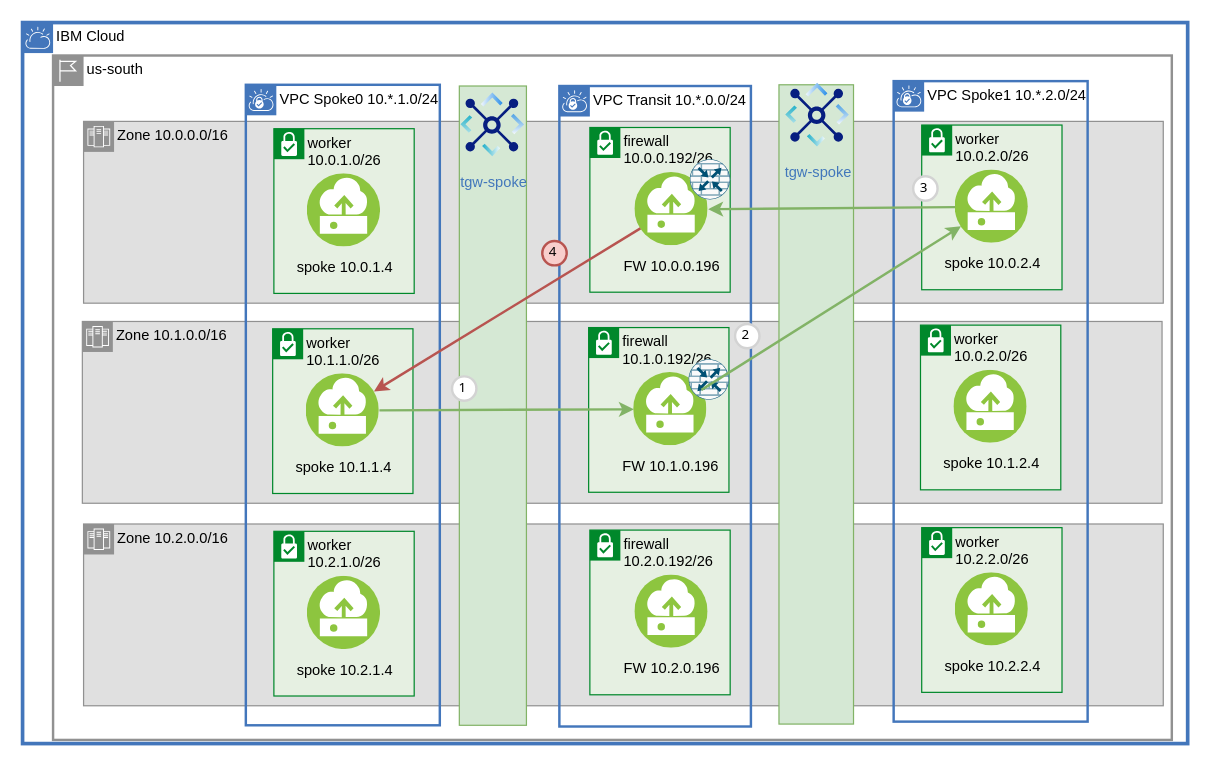
The draw.io diagram page "asymmetric-spoke-fw" (6 of 12) of diagrams/vpc-transit.drawio in ibm-cloud-docs/solution-tutorials, before the edit. Source tidied: cells renumbered, new cells numbered last; positions are measured from the earlier drawing's top-left corner, leaving out a move shared by most shapes. Both pictures are drawn from the tidied source at 122%, with x=0, y=0 at pixel (22, 22).
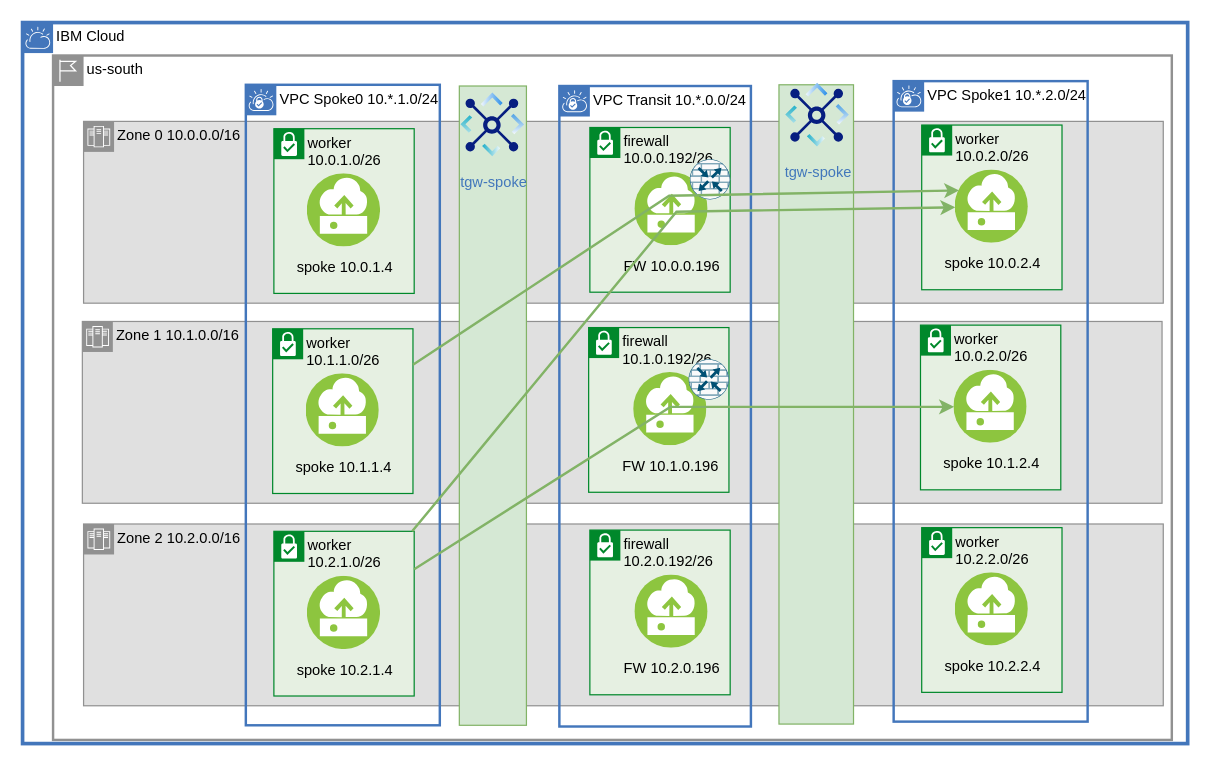
Above is the later version.

The change refers to these unchanged cells:
```xml
<mxCell id="15" value="spoke 10.0.2.4" style="perimeter=ellipsePerimeter;html=1;align=center;shadow=0;dashed=0;fontColor=black;fontSize=12;spacingTop=3;image;image=img/lib/ibm/vpc/Instance.svg;overflow=visible;noLabel=0;labelBackgroundColor=none;" parent="1" vertex="1">
  <mxGeometry x="764.5" y="121" width="60" height="60" as="geometry" />
</mxCell>
<mxCell id="16" value="FW 10.0.0.196" style="perimeter=ellipsePerimeter;html=1;align=center;shadow=0;dashed=0;fontColor=black;fontSize=12;spacingTop=3;image;image=img/lib/ibm/vpc/Instance.svg;overflow=visible;noLabel=0;labelBackgroundColor=none;" parent="1" vertex="1">
  <mxGeometry x="502" y="123" width="60" height="60" as="geometry" />
</mxCell>
<mxCell id="25" value="spoke 10.1.2.4" style="perimeter=ellipsePerimeter;html=1;align=center;shadow=0;dashed=0;fontColor=black;fontSize=12;spacingTop=3;image;image=img/lib/ibm/vpc/Instance.svg;overflow=visible;noLabel=0;labelBackgroundColor=none;" parent="1" vertex="1">
  <mxGeometry x="763.5" y="285" width="60" height="60" as="geometry" />
</mxCell>
<mxCell id="26" value="FW 10.1.0.196" style="perimeter=ellipsePerimeter;html=1;align=center;shadow=0;dashed=0;fontColor=black;fontSize=12;spacingTop=3;image;image=img/lib/ibm/vpc/Instance.svg;overflow=visible;noLabel=0;labelBackgroundColor=none;" parent="1" vertex="1">
  <mxGeometry x="501" y="287" width="60" height="60" as="geometry" />
</mxCell>
<mxCell id="28" value="worker 10.2.1.0/26" style="shape=mxgraph.ibm.box;prType=subnet;fontStyle=0;verticalAlign=top;align=left;spacingLeft=32;spacingTop=4;fillColor=#E6F0E2;rounded=0;whiteSpace=wrap;html=1;strokeColor=#00882B;strokeWidth=1;dashed=0;spacing=-4;" parent="1" vertex="1">
  <mxGeometry x="206" y="417" width="115" height="135" as="geometry" />
</mxCell>
<mxCell id="30" value="worker 10.1.1.0/26" style="shape=mxgraph.ibm.box;prType=subnet;fontStyle=0;verticalAlign=top;align=left;spacingLeft=32;spacingTop=4;fillColor=#E6F0E2;rounded=0;whiteSpace=wrap;html=1;strokeColor=#00882B;strokeWidth=1;dashed=0;spacing=-4;" parent="1" vertex="1">
  <mxGeometry x="205" y="251" width="115" height="135" as="geometry" />
</mxCell>
<mxCell id="31" value="spoke 10.1.1.4" style="perimeter=ellipsePerimeter;html=1;align=center;shadow=0;dashed=0;fontColor=black;fontSize=12;spacingTop=3;image;image=img/lib/ibm/vpc/Instance.svg;overflow=visible;noLabel=0;labelBackgroundColor=none;" parent="1" vertex="1">
  <mxGeometry x="232.5" y="288" width="60" height="60" as="geometry" />
</mxCell>
```

The edit, as a diff of the source:
```diff
@@
-    <mxCell id="4" value="Zone 10.0.0.0/16" style="shape=mxgraph.ibm.box;prType=zone;fontStyle=0;verticalAlign=top;align=left;spacingLeft=32;spacingTop=4;fillColor=#E0E0E0;rounded=0;whiteSpace=wrap;html=1;strokeColor=#919191;strokeWidth=1;dashed=0;spacing=-4;" parent="1" vertex="1">
+    <mxCell id="4" value="Zone 0 10.0.0.0/16&lt;br&gt;" style="shape=mxgraph.ibm.box;prType=zone;fontStyle=0;verticalAlign=top;align=left;spacingLeft=32;spacingTop=4;fillColor=#E0E0E0;rounded=0;whiteSpace=wrap;html=1;strokeColor=#919191;strokeWidth=1;dashed=0;spacing=-4;" parent="1" vertex="1">
       <mxGeometry x="50" y="81" width="885" height="149" as="geometry" />
     </mxCell>
-    <mxCell id="5" value="Zone 10.1.0.0/16" style="shape=mxgraph.ibm.box;prType=zone;fontStyle=0;verticalAlign=top;align=left;spacingLeft=32;spacingTop=4;fillColor=#E0E0E0;rounded=0;whiteSpace=wrap;html=1;strokeColor=#919191;strokeWidth=1;dashed=0;spacing=-4;" parent="1" vertex="1">
+    <mxCell id="5" value="Zone 1 10.1.0.0/16" style="shape=mxgraph.ibm.box;prType=zone;fontStyle=0;verticalAlign=top;align=left;spacingLeft=32;spacingTop=4;fillColor=#E0E0E0;rounded=0;whiteSpace=wrap;html=1;strokeColor=#919191;strokeWidth=1;dashed=0;spacing=-4;" parent="1" vertex="1">
       <mxGeometry x="49" y="245" width="885" height="149" as="geometry" />
     </mxCell>
-    <mxCell id="6" value="Zone 10.2.0.0/16" style="shape=mxgraph.ibm.box;prType=zone;fontStyle=0;verticalAlign=top;align=left;spacingLeft=32;spacingTop=4;fillColor=#E0E0E0;rounded=0;whiteSpace=wrap;html=1;strokeColor=#919191;strokeWidth=1;dashed=0;spacing=-4;" parent="1" vertex="1">
+    <mxCell id="6" value="Zone 2 10.2.0.0/16" style="shape=mxgraph.ibm.box;prType=zone;fontStyle=0;verticalAlign=top;align=left;spacingLeft=32;spacingTop=4;fillColor=#E0E0E0;rounded=0;whiteSpace=wrap;html=1;strokeColor=#919191;strokeWidth=1;dashed=0;spacing=-4;" parent="1" vertex="1">
       <mxGeometry x="50" y="411" width="885" height="149" as="geometry" />
     </mxCell>
@@
-    <mxCell id="34" parent="0" />
-    <mxCell id="35" style="edgeStyle=none;shape=connector;rounded=0;jettySize=auto;html=1;entryX=0;entryY=0.5;entryDx=0;entryDy=0;labelBackgroundColor=default;strokeColor=#82b366;strokeWidth=2;fontFamily=Helvetica;fontSize=11;fontColor=default;endArrow=classic;endFill=1;fillColor=#d5e8d4;" parent="34" edge="1" source="31" target="26">
-      <mxGeometry relative="1" as="geometry" />
-    </mxCell>
-    <mxCell id="36" style="edgeStyle=none;shape=connector;rounded=0;jettySize=auto;html=1;labelBackgroundColor=default;strokeColor=#82b366;strokeWidth=2;fontFamily=Helvetica;fontSize=11;fontColor=default;endArrow=classic;endFill=1;fillColor=#d5e8d4;" parent="34" edge="1" source="26" target="15">
-      <mxGeometry relative="1" as="geometry" />
-    </mxCell>
-    <mxCell id="37" style="edgeStyle=none;shape=connector;rounded=0;jettySize=auto;html=1;entryX=1;entryY=0.5;entryDx=0;entryDy=0;labelBackgroundColor=default;strokeColor=#82b366;strokeWidth=2;fontFamily=Helvetica;fontSize=11;fontColor=default;endArrow=classic;endFill=1;fillColor=#d5e8d4;" parent="34" edge="1" source="15" target="16">
-      <mxGeometry relative="1" as="geometry" />
-    </mxCell>
-    <mxCell id="38" style="edgeStyle=none;shape=connector;rounded=0;jettySize=auto;html=1;labelBackgroundColor=default;strokeColor=#b85450;strokeWidth=2;fontFamily=Helvetica;fontSize=11;fontColor=default;endArrow=classic;endFill=1;fillColor=#f8cecc;" parent="34" edge="1" source="16" target="31">
-      <mxGeometry relative="1" as="geometry" />
-    </mxCell>
-    <mxCell id="39" value="1" style="ellipse;whiteSpace=wrap;html=1;strokeWidth=2;fontFamily=Tahoma;spacingBottom=4;spacingRight=2;strokeColor=#d3d3d3;fontSize=11;fontColor=default;" parent="34" vertex="1">
-      <mxGeometry x="352" y="290" width="20" height="20" as="geometry" />
-    </mxCell>
-    <mxCell id="40" value="2" style="ellipse;whiteSpace=wrap;html=1;strokeWidth=2;fontFamily=Tahoma;spacingBottom=4;spacingRight=2;strokeColor=#d3d3d3;fontSize=11;fontColor=default;" parent="34" vertex="1">
-      <mxGeometry x="584" y="247" width="20" height="20" as="geometry" />
-    </mxCell>
-    <mxCell id="41" value="3" style="ellipse;whiteSpace=wrap;html=1;strokeWidth=2;fontFamily=Tahoma;spacingBottom=4;spacingRight=2;strokeColor=#d3d3d3;fontSize=11;fontColor=default;" parent="34" vertex="1">
-      <mxGeometry x="730" y="126" width="20" height="20" as="geometry" />
-    </mxCell>
-    <mxCell id="42" value="4" style="ellipse;whiteSpace=wrap;html=1;strokeWidth=2;fontFamily=Tahoma;spacingBottom=4;spacingRight=2;strokeColor=#b85450;fontSize=11;fillColor=#f8cecc;" parent="34" vertex="1">
-      <mxGeometry x="426" y="179" width="20" height="20" as="geometry" />
-    </mxCell>
+    <mxCell id="43" parent="0" />
+    <mxCell id="44" style="edgeStyle=none;shape=connector;rounded=0;jettySize=auto;html=1;entryX=0;entryY=0.25;entryDx=0;entryDy=0;labelBackgroundColor=default;strokeColor=#82b366;strokeWidth=2;fontFamily=Helvetica;fontSize=11;fontColor=default;endArrow=classic;endFill=1;fillColor=#d5e8d4;" parent="43" edge="1" source="30" target="15">
+      <mxGeometry relative="1" as="geometry">
+        <Array as="points">
+          <mxPoint x="530" y="142" />
+        </Array>
+      </mxGeometry>
+    </mxCell>
+    <mxCell id="45" style="edgeStyle=none;shape=connector;rounded=0;jettySize=auto;html=1;labelBackgroundColor=default;strokeColor=#82b366;strokeWidth=2;fontFamily=Helvetica;fontSize=11;fontColor=default;endArrow=classic;endFill=1;fillColor=#d5e8d4;" parent="43" edge="1" source="28" target="15">
+      <mxGeometry relative="1" as="geometry">
+        <Array as="points">
+          <mxPoint x="536" y="155" />
+        </Array>
+      </mxGeometry>
+    </mxCell>
+    <mxCell id="46" style="edgeStyle=none;shape=connector;rounded=0;jettySize=auto;html=1;labelBackgroundColor=default;strokeColor=#82b366;strokeWidth=2;fontFamily=Helvetica;fontSize=11;fontColor=default;endArrow=classic;endFill=1;fillColor=#d5e8d4;entryX=0;entryY=0.5;entryDx=0;entryDy=0;" parent="43" edge="1" source="28" target="25">
+      <mxGeometry relative="1" as="geometry">
+        <Array as="points">
+          <mxPoint x="531" y="315" />
+        </Array>
+      </mxGeometry>
+    </mxCell>
```
